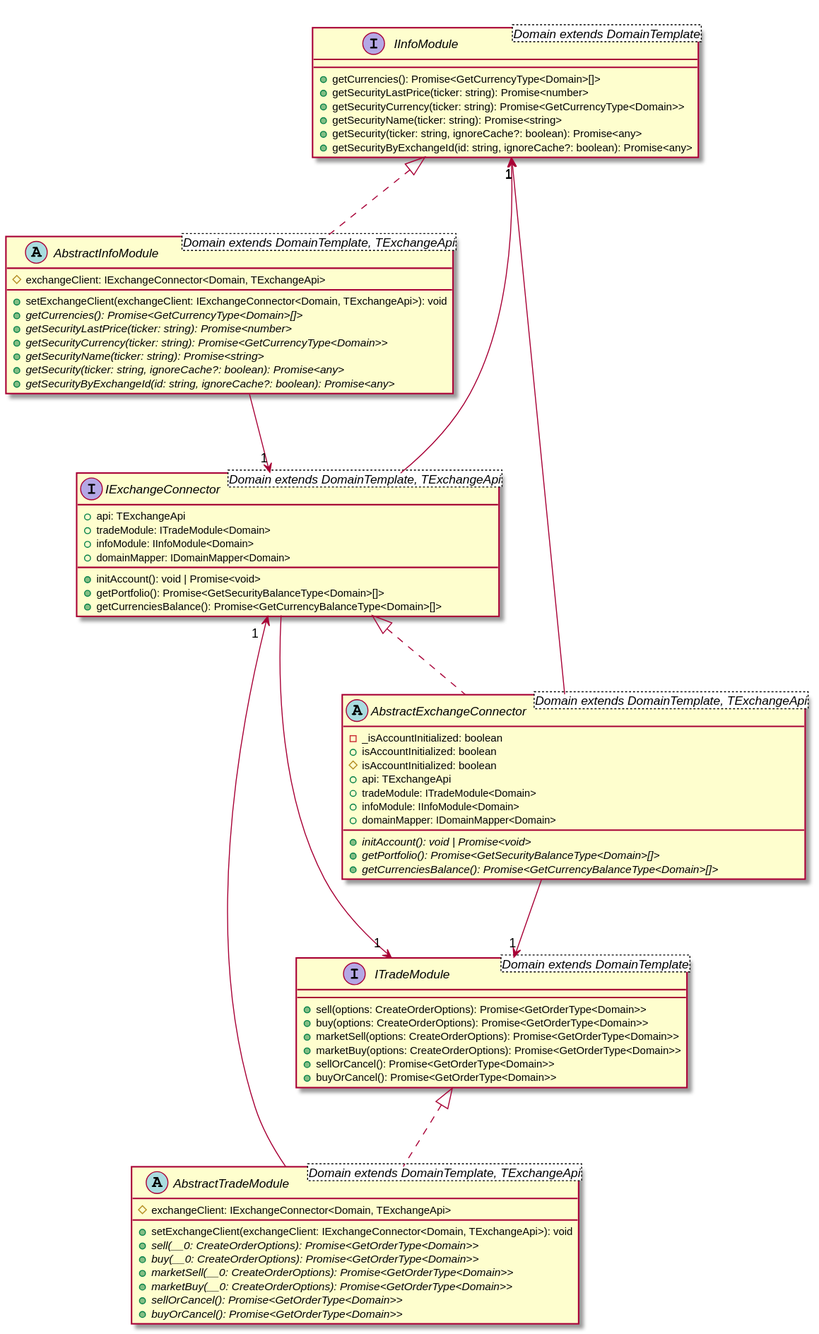
The PlantUML diagram .docs/public/diagrams/connector.svg in d0rich/tradeb0t, before a commit.
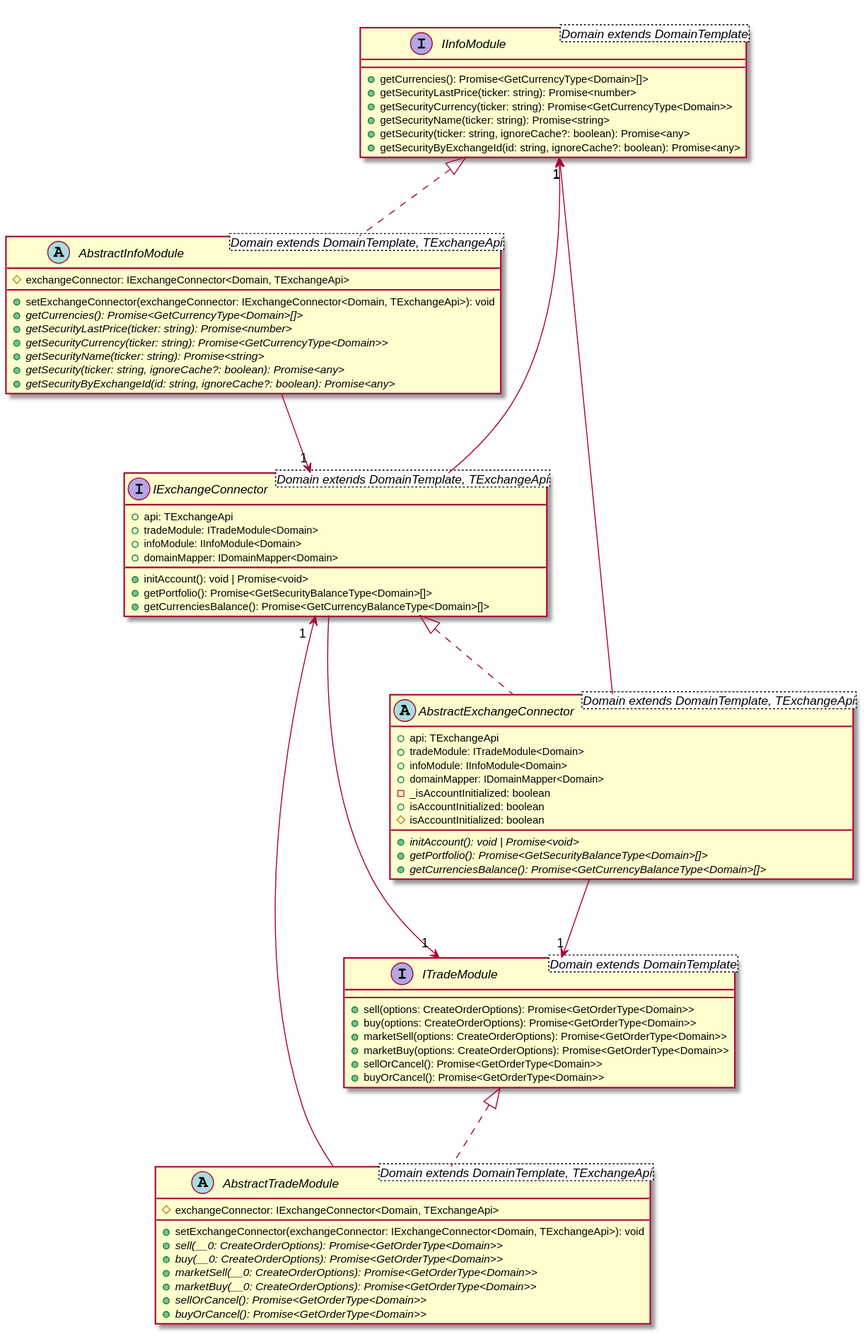
After the change.

Diff of the diagram source:
```diff
@@ -25,8 +25,8 @@
     +getCurrenciesBalance(): Promise<GetCurrencyBalanceType<Domain>[]>
 }
 abstract class AbstractInfoModule<Domain extends DomainTemplate, TExchangeApi> implements IInfoModule {
-    #exchangeClient: IExchangeConnector<Domain, TExchangeApi>
-    +setExchangeClient(exchangeClient: IExchangeConnector<Domain, TExchangeApi>): void
+    #exchangeConnector: IExchangeConnector<Domain, TExchangeApi>
+    +setExchangeConnector(exchangeConnector: IExchangeConnector<Domain, TExchangeApi>): void
     +{abstract} getCurrencies(): Promise<GetCurrencyType<Domain>[]>
     +{abstract} getSecurityLastPrice(ticker: string): Promise<number>
     +{abstract} getSecurityCurrency(ticker: string): Promise<GetCurrencyType<Domain>>
@@ -35,8 +35,8 @@
     +{abstract} getSecurityByExchangeId(id: string, ignoreCache?: boolean): Promise<any>
 }
 abstract class AbstractTradeModule<Domain extends DomainTemplate, TExchangeApi> implements ITradeModule {
-    #exchangeClient: IExchangeConnector<Domain, TExchangeApi>
-    +setExchangeClient(exchangeClient: IExchangeConnector<Domain, TExchangeApi>): void
+    #exchangeConnector: IExchangeConnector<Domain, TExchangeApi>
+    +setExchangeConnector(exchangeConnector: IExchangeConnector<Domain, TExchangeApi>): void
     +{abstract} sell(__0: CreateOrderOptions): Promise<GetOrderType<Domain>>
     +{abstract} buy(__0: CreateOrderOptions): Promise<GetOrderType<Domain>>
     +{abstract} marketSell(__0: CreateOrderOptions): Promise<GetOrderType<Domain>>
@@ -45,9 +45,6 @@
     +{abstract} buyOrCancel(): Promise<GetOrderType<Domain>>
 }
 abstract class AbstractExchangeConnector<Domain extends DomainTemplate, TExchangeApi> implements IExchangeConnector {
-    -_isAccountInitialized: boolean
-    +isAccountInitialized: boolean
-    #isAccountInitialized: boolean
     +api: TExchangeApi
     +tradeModule: ITradeModule<Domain>
     +infoModule: IInfoModule<Domain>
@@ -55,6 +52,9 @@
     +{abstract} initAccount(): void | Promise<void>
     +{abstract} getPortfolio(): Promise<GetSecurityBalanceType<Domain>[]>
     +{abstract} getCurrenciesBalance(): Promise<GetCurrencyBalanceType<Domain>[]>
+    -_isAccountInitialized: boolean
+    +isAccountInitialized: boolean
+    #isAccountInitialized: boolean
 }
 IExchangeConnector --> "1" ITradeModule
 IExchangeConnector --> "1" IInfoModule
```
